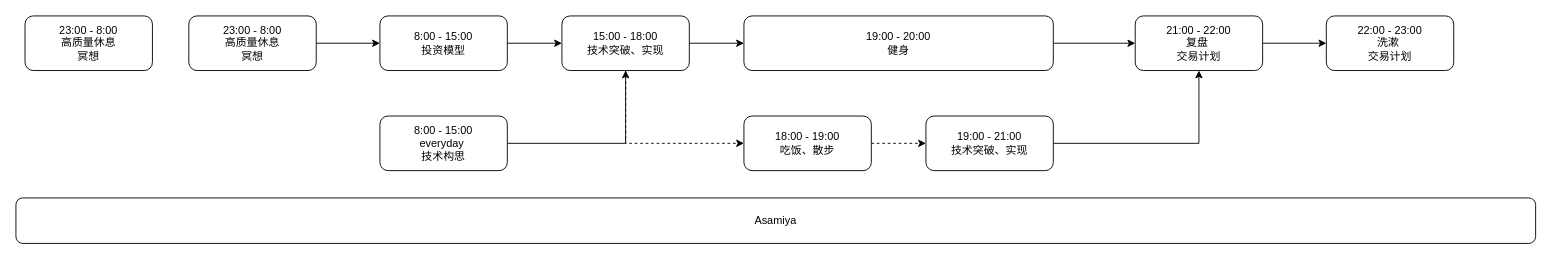
Asamiyaa/microservice-k8s-yun keeps this draw.io diagram as menus/串起来可执行.drawio. Above is the earlier version. Source tidied: cells renumbered, new cells numbered last; positions are measured from the earlier drawing's top-left corner, leaving out a move shared by most shapes. Both pictures are drawn from the tidied source at 91%, with x=0, y=0 at pixel (15, 15).
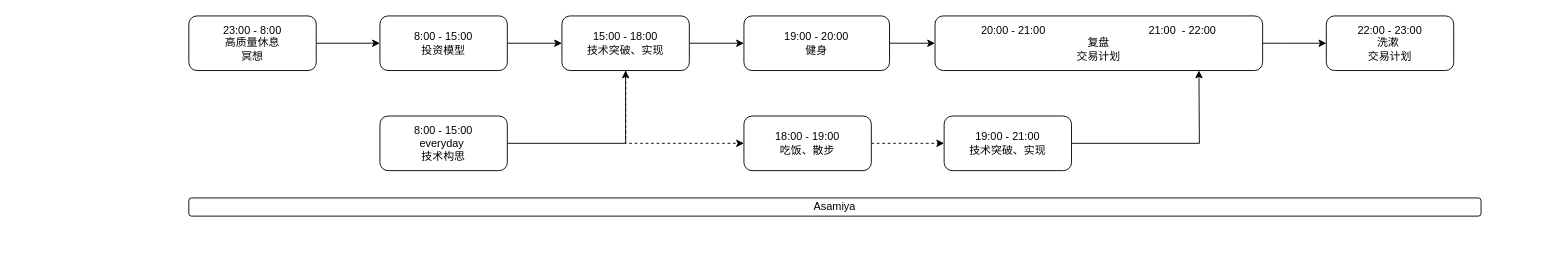
The same diagram, later.

Commit message (it also covers changes not shown here):
更新串起来可执行.drawio

Unchanged cells that the change refers to:
```xml
<mxCell id="21" value="22:00 - 23:00 &lt;br&gt;洗漱&amp;nbsp;&lt;br&gt;交易计划" style="rounded=1;whiteSpace=wrap;html=1;" parent="1" vertex="1">
  <mxGeometry x="1440" width="140" height="60" as="geometry" />
</mxCell>
```

Change to the diagram source:
```diff
@@
     <mxCell id="2" value="Asamiya" style="rounded=1;whiteSpace=wrap;html=1;" parent="1" vertex="1">
-      <mxGeometry y="200" width="1670" height="50" as="geometry" />
+      <mxGeometry x="190" y="200" width="1420" height="20" as="geometry" />
     </mxCell>
@@
-    <mxCell id="12" value="23:00 - 8:00 &lt;br&gt;高质量休息&lt;br&gt;冥想" style="rounded=1;whiteSpace=wrap;html=1;" parent="1" vertex="1">
-      <mxGeometry x="10" width="140" height="60" as="geometry" />
-    </mxCell>
@@
-    <mxCell id="15" style="edgeStyle=orthogonalEdgeStyle;rounded=0;jettySize=auto;html=1;exitX=1;exitY=0.5;exitDx=0;exitDy=0;entryX=0.5;entryY=1;entryDx=0;entryDy=0;" parent="1" edge="1" source="16" target="20">
-      <mxGeometry relative="1" as="geometry" />
+    <mxCell id="15" style="edgeStyle=orthogonalEdgeStyle;rounded=0;jettySize=auto;html=1;exitX=1;exitY=0.5;exitDx=0;exitDy=0;entryX=0.5;entryY=1;entryDx=0;entryDy=0;" parent="1" edge="1" source="16">
+      <mxGeometry relative="1" as="geometry">
+        <mxPoint x="1300" y="60" as="targetPoint" />
+      </mxGeometry>
     </mxCell>
     <mxCell id="16" value="19:00 - 21:00&lt;br style=&quot;border-color: var(--border-color);&quot;&gt;技术突破、实现" style="rounded=1;whiteSpace=wrap;html=1;" parent="1" vertex="1">
-      <mxGeometry x="1000" y="110" width="140" height="60" as="geometry" />
+      <mxGeometry x="1020" y="110" width="140" height="60" as="geometry" />
     </mxCell>
-    <mxCell id="17" style="edgeStyle=orthogonalEdgeStyle;rounded=0;jettySize=auto;html=1;exitX=1;exitY=0.5;exitDx=0;exitDy=0;entryX=0;entryY=0.5;entryDx=0;entryDy=0;" parent="1" edge="1" source="18" target="20">
-      <mxGeometry relative="1" as="geometry" />
-    </mxCell>
+    <mxCell id="22" style="edgeStyle=orthogonalEdgeStyle;rounded=0;jettySize=auto;html=1;exitX=1;exitY=0.5;exitDx=0;exitDy=0;entryX=0;entryY=0.5;entryDx=0;entryDy=0;" parent="1" edge="1" source="18" target="23">
+      <mxGeometry relative="1" as="geometry" />
+    </mxCell>
     <mxCell id="18" value="19:00 - 20:00&lt;br&gt;健身" style="rounded=1;whiteSpace=wrap;html=1;" parent="1" vertex="1">
-      <mxGeometry x="800" width="340" height="60" as="geometry" />
+      <mxGeometry x="800" width="160" height="60" as="geometry" />
     </mxCell>
-    <mxCell id="19" style="edgeStyle=orthogonalEdgeStyle;rounded=0;jettySize=auto;html=1;exitX=1;exitY=0.5;exitDx=0;exitDy=0;entryX=0;entryY=0.5;entryDx=0;entryDy=0;" parent="1" edge="1" source="20" target="21">
-      <mxGeometry relative="1" as="geometry" />
+    <mxCell id="19" style="edgeStyle=orthogonalEdgeStyle;rounded=0;jettySize=auto;html=1;exitX=1;exitY=0.5;exitDx=0;exitDy=0;entryX=0;entryY=0.5;entryDx=0;entryDy=0;" parent="1" edge="1" target="21">
+      <mxGeometry relative="1" as="geometry">
+        <mxPoint x="1370" y="30" as="sourcePoint" />
+        <Array as="points">
+          <mxPoint x="1390" y="30" />
+          <mxPoint x="1390" y="30" />
+        </Array>
+      </mxGeometry>
     </mxCell>
-    <mxCell id="20" value="21:00 - 22:00 &lt;br&gt;复盘&amp;nbsp;&lt;br&gt;交易计划" style="rounded=1;whiteSpace=wrap;html=1;" parent="1" vertex="1">
-      <mxGeometry x="1230" width="140" height="60" as="geometry" />
-    </mxCell>
@@
+    <mxCell id="23" value="20:00 - 21:00&amp;nbsp; &amp;nbsp; &amp;nbsp; &amp;nbsp; &amp;nbsp; &amp;nbsp; &amp;nbsp; &amp;nbsp; &amp;nbsp; &amp;nbsp; &amp;nbsp; &amp;nbsp; &amp;nbsp; &amp;nbsp; &amp;nbsp; &amp;nbsp; &amp;nbsp; 21:00&amp;nbsp; - 22:00&lt;br&gt;复盘&lt;br&gt;交易计划" style="rounded=1;whiteSpace=wrap;html=1;" parent="1" vertex="1">
+      <mxGeometry x="1010" width="360" height="60" as="geometry" />
+    </mxCell>
```
